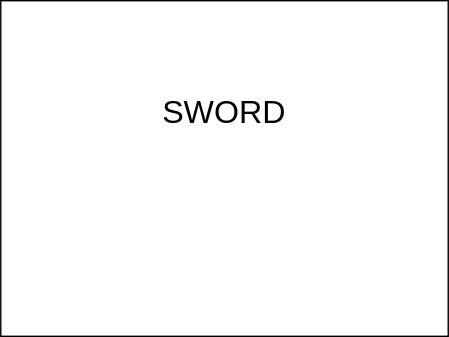
Before: public/img/sword.drawio.svg, a diagram exported from draw.io (yamagame/kobo-adventure). Source tidied: cells renumbered, new cells last; positions are measured from the earlier drawing's top-left corner, leaving out a move shared by most shapes. Source of this version:
```xml
<mxGraphModel>
  <root>
    <mxCell id="0" />
    <mxCell id="1" parent="0" />
    <mxCell id="2" style="rounded=0;whiteSpace=wrap;html=1;" parent="1" vertex="1">
      <mxGeometry width="320" height="240" as="geometry" />
    </mxCell>
    <mxCell id="3" value="SWORD" style="text;html=1;strokeColor=none;fillColor=none;align=center;verticalAlign=middle;whiteSpace=wrap;rounded=0;fontSize=23;" parent="1" vertex="1">
      <mxGeometry x="30" y="40" width="260" height="80" as="geometry" />
    </mxCell>
  </root>
</mxGraphModel>
```
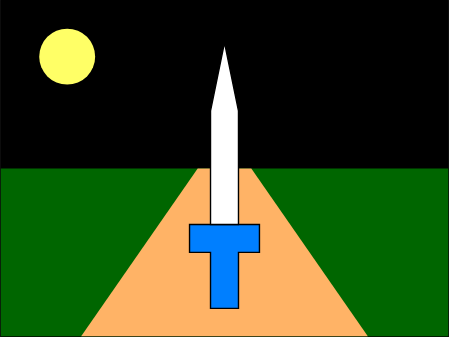
After the change.

Change to the diagram source:
```diff
@@ -2,11 +2,23 @@
   <root>
     <mxCell id="0" />
     <mxCell id="1" parent="0" />
-    <mxCell id="2" style="rounded=0;whiteSpace=wrap;html=1;" parent="1" vertex="1">
+    <mxCell id="2" style="rounded=0;whiteSpace=wrap;html=1;fillColor=#000000;" parent="1" vertex="1">
       <mxGeometry width="320" height="240" as="geometry" />
     </mxCell>
-    <mxCell id="3" value="SWORD" style="text;html=1;strokeColor=none;fillColor=none;align=center;verticalAlign=middle;whiteSpace=wrap;rounded=0;fontSize=23;" parent="1" vertex="1">
-      <mxGeometry x="30" y="40" width="260" height="80" as="geometry" />
+    <mxCell id="3" style="rounded=0;whiteSpace=wrap;html=1;strokeColor=none;fillColor=#006600;" parent="1" vertex="1">
+      <mxGeometry y="120" width="320" height="120" as="geometry" />
     </mxCell>
+    <mxCell id="4" style="shape=trapezoid;perimeter=trapezoidPerimeter;whiteSpace=wrap;html=1;fillColor=#FFB366;size=0.4065040650406504;strokeColor=none;" parent="1" vertex="1">
+      <mxGeometry x="57.5" y="120" width="205" height="120" as="geometry" />
+    </mxCell>
+    <mxCell id="5" style="shape=tee;whiteSpace=wrap;html=1;strokeColor=#000000;fillColor=#007FFF;" parent="1" vertex="1">
+      <mxGeometry x="135" y="160" width="50" height="60" as="geometry" />
+    </mxCell>
+    <mxCell id="6" style="shape=offPageConnector;whiteSpace=wrap;html=1;rotation=-180;strokeColor=#000000;fillColor=#FFFFFF;" parent="1" vertex="1">
+      <mxGeometry x="150" y="30" width="20" height="130" as="geometry" />
+    </mxCell>
+    <mxCell id="7" style="ellipse;whiteSpace=wrap;html=1;strokeColor=none;fillColor=#FFFF66;" parent="1" vertex="1">
+      <mxGeometry x="27.5" y="20" width="40" height="40" as="geometry" />
+    </mxCell>
   </root>
 </mxGraphModel>
```
